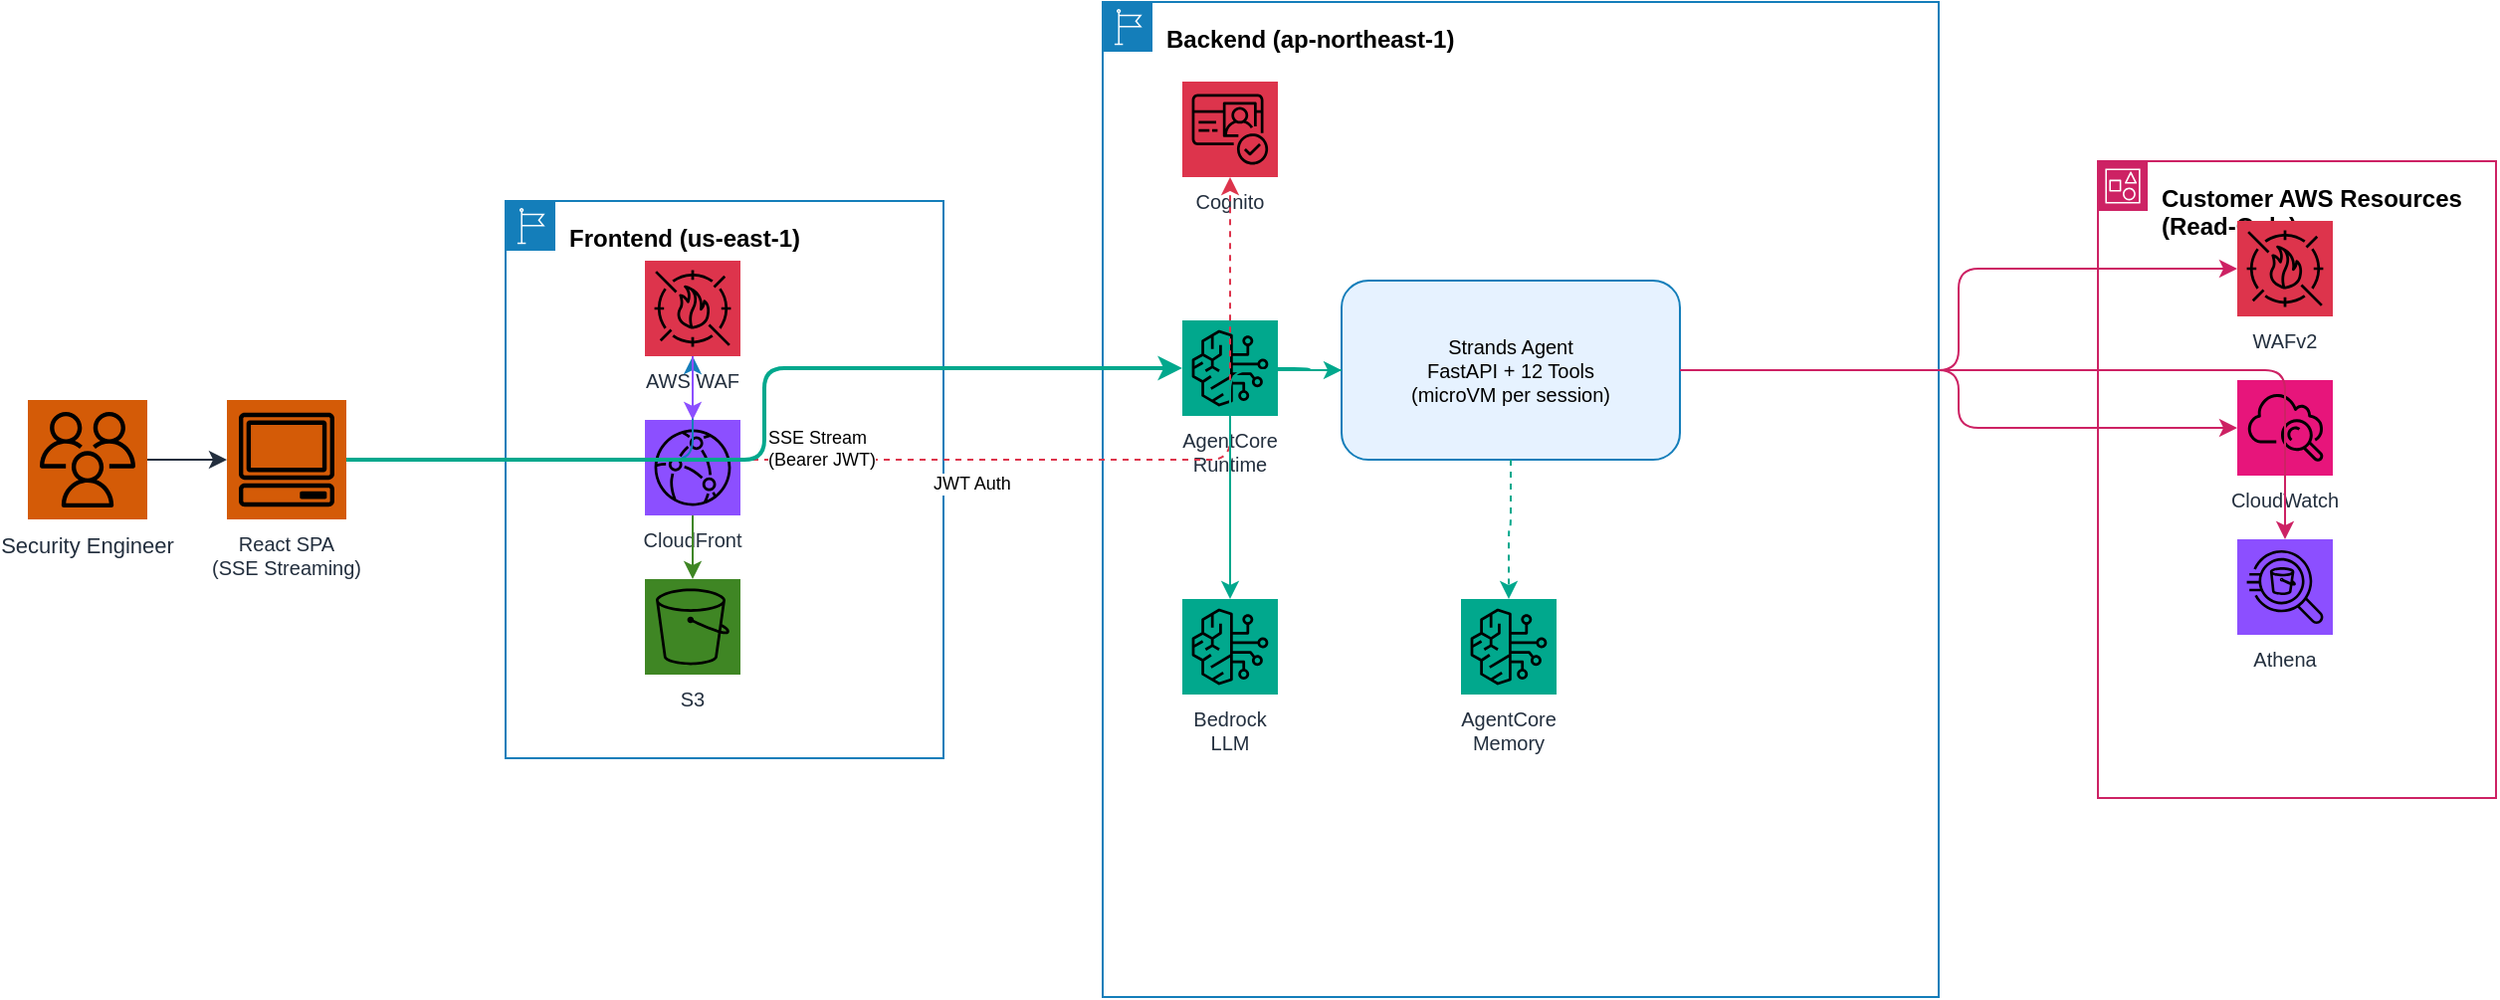
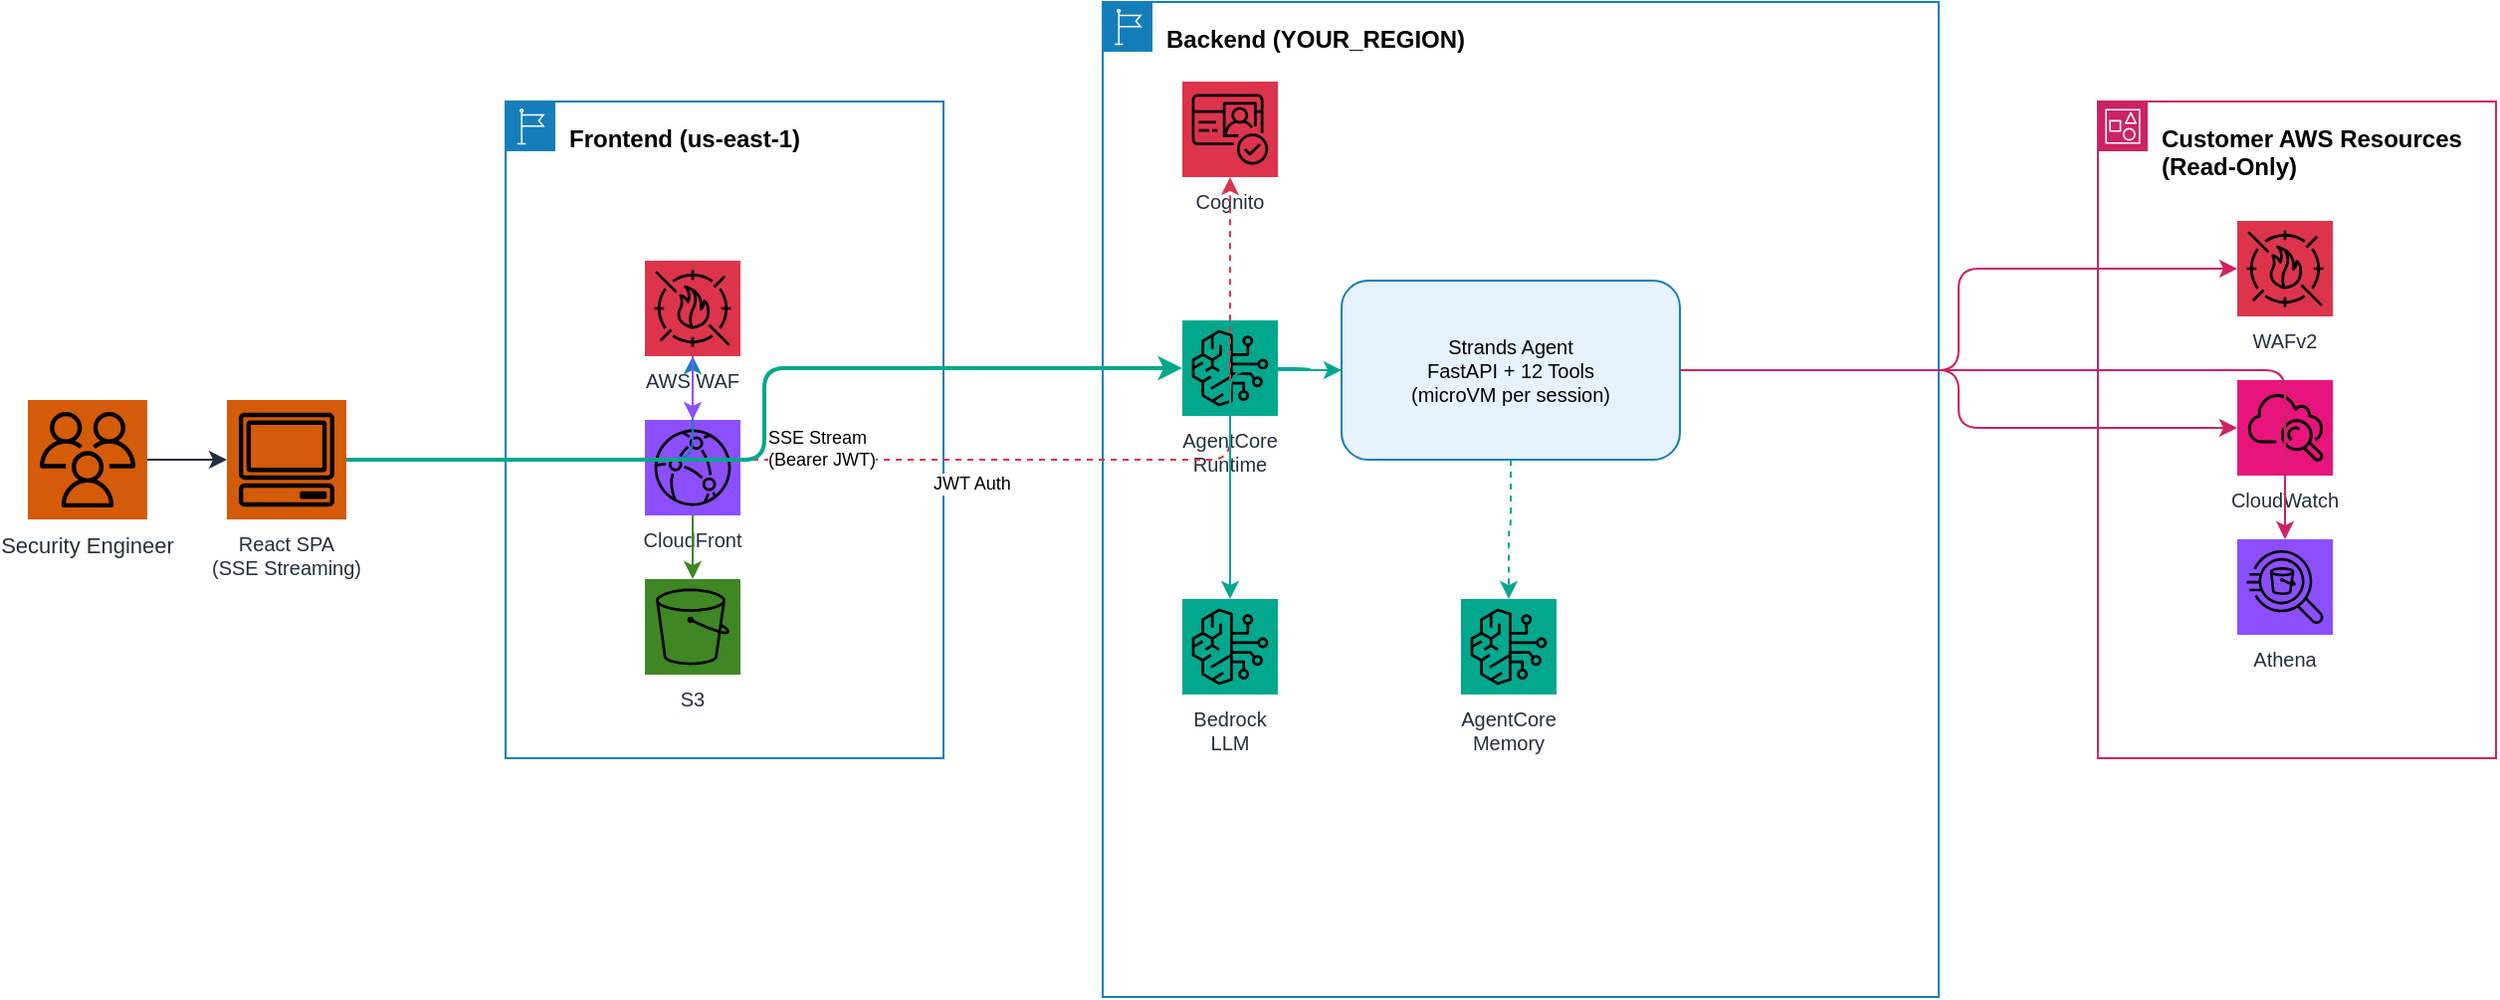
- <mxfile host="app.diagrams.net" modified="2026-05-11T14:17:00.000Z" agent="WAF Agent" version="24.0.0">
+ <mxfile host="app.diagrams.net" agent="WAF Agent">
  <diagram name="Architecture" id="arch-1">
-     <mxGraphModel dx="1422" dy="900" grid="1" gridSize="10" guides="1" tooltips="1" connect="1" arrows="1" fold="1" page="1" pageScale="1" pageWidth="1600" pageHeight="1000" math="0" shadow="0">
+     <mxGraphModel dx="2162" dy="1188" grid="1" gridSize="10" guides="1" tooltips="1" connect="1" arrows="1" fold="1" page="1" pageScale="1" pageWidth="1600" pageHeight="1000" math="0" shadow="0">
      <root>
        <mxCell id="0" />
        <mxCell id="1" parent="0" />
- 
-         <!-- User -->
-         <mxCell id="user" value="Security Engineer" style="outlineConnect=0;fontColor=#232F3E;gradientColor=none;strokeColor=none;fillColor=#D45B07;fontColor=#232F3E;align=center;strokeWidth=1;fontSize=11;fontStyle=0;shape=mxgraph.aws4.resourceIcon;resIcon=mxgraph.aws4.users;labelPosition=center;verticalLabelPosition=bottom;verticalAlign=top" vertex="1" parent="1">
-           <mxGeometry x="80" y="400" width="60" height="60" as="geometry" />
+         <mxCell id="user" parent="1" style="outlineConnect=0;fontColor=#232F3E;gradientColor=none;strokeColor=none;fillColor=#D45B07;fontColor=#232F3E;align=center;strokeWidth=1;fontSize=11;fontStyle=0;shape=mxgraph.aws4.resourceIcon;resIcon=mxgraph.aws4.users;labelPosition=center;verticalLabelPosition=bottom;verticalAlign=top" value="Security Engineer" vertex="1">
+           <mxGeometry height="60" width="60" x="80" y="400" as="geometry" />
        </mxCell>
-         <mxCell id="browser" value="React SPA&#xa;(SSE Streaming)" style="outlineConnect=0;fontColor=#232F3E;gradientColor=none;strokeColor=none;fillColor=#D45B07;fontColor=#232F3E;align=center;strokeWidth=1;fontSize=10;fontStyle=0;shape=mxgraph.aws4.resourceIcon;resIcon=mxgraph.aws4.client;labelPosition=center;verticalLabelPosition=bottom;verticalAlign=top" vertex="1" parent="1">
-           <mxGeometry x="180" y="400" width="60" height="60" as="geometry" />
+         <mxCell id="browser" parent="1" style="outlineConnect=0;fontColor=#232F3E;gradientColor=none;strokeColor=none;fillColor=#D45B07;fontColor=#232F3E;align=center;strokeWidth=1;fontSize=10;fontStyle=0;shape=mxgraph.aws4.resourceIcon;resIcon=mxgraph.aws4.client;labelPosition=center;verticalLabelPosition=bottom;verticalAlign=top" value="React SPA&#xa;(SSE Streaming)" vertex="1">
+           <mxGeometry height="60" width="60" x="180" y="400" as="geometry" />
        </mxCell>
- 
-         <!-- Frontend Group -->
-         <mxCell id="fe-group" value="Frontend (us-east-1)" style="points=[[0,0],[0.25,0],[0.5,0],[0.75,0],[1,0],[1,0.25],[1,0.5],[1,0.75],[1,1],[0.75,1],[0.5,1],[0.25,1],[0,1],[0,0.75],[0,0.5],[0,0.25]];outlineConnect=0;gradientColor=none;html=1;whiteSpace=wrap;fontSize=12;fontStyle=1;shape=mxgraph.aws4.group;grIcon=mxgraph.aws4.group_region;strokeColor=#147EBA;fillColor=none;verticalAlign=top;align=left;spacingLeft=30;spacingTop=5;dashed=0;" vertex="1" parent="1">
-           <mxGeometry x="320" y="300" width="220" height="280" as="geometry" />
+         <mxCell id="fe-group" parent="1" style="points=[[0,0],[0.25,0],[0.5,0],[0.75,0],[1,0],[1,0.25],[1,0.5],[1,0.75],[1,1],[0.75,1],[0.5,1],[0.25,1],[0,1],[0,0.75],[0,0.5],[0,0.25]];outlineConnect=0;gradientColor=none;html=1;whiteSpace=wrap;fontSize=12;fontStyle=1;shape=mxgraph.aws4.group;grIcon=mxgraph.aws4.group_region;strokeColor=#147EBA;fillColor=none;verticalAlign=top;align=left;spacingLeft=30;spacingTop=5;dashed=0;" value="Frontend (us-east-1)" vertex="1">
+           <mxGeometry height="330" width="220" x="320" y="250" as="geometry" />
        </mxCell>
-         <mxCell id="waf-fe" value="AWS WAF" style="outlineConnect=0;fontColor=#232F3E;gradientColor=none;strokeColor=none;fillColor=#DD344C;align=center;strokeWidth=1;fontSize=10;fontStyle=0;shape=mxgraph.aws4.resourceIcon;resIcon=mxgraph.aws4.waf;verticalLabelPosition=bottom;verticalAlign=top" vertex="1" parent="1">
-           <mxGeometry x="390" y="330" width="48" height="48" as="geometry" />
+         <mxCell id="waf-fe" parent="1" style="outlineConnect=0;fontColor=#232F3E;gradientColor=none;strokeColor=none;fillColor=#DD344C;align=center;strokeWidth=1;fontSize=10;fontStyle=0;shape=mxgraph.aws4.resourceIcon;resIcon=mxgraph.aws4.waf;verticalLabelPosition=bottom;verticalAlign=top" value="AWS WAF" vertex="1">
+           <mxGeometry height="48" width="48" x="390" y="330" as="geometry" />
        </mxCell>
-         <mxCell id="cf" value="CloudFront" style="outlineConnect=0;fontColor=#232F3E;gradientColor=none;strokeColor=none;fillColor=#8C4FFF;align=center;strokeWidth=1;fontSize=10;fontStyle=0;shape=mxgraph.aws4.resourceIcon;resIcon=mxgraph.aws4.cloudfront;verticalLabelPosition=bottom;verticalAlign=top" vertex="1" parent="1">
-           <mxGeometry x="390" y="410" width="48" height="48" as="geometry" />
+         <mxCell id="cf" parent="1" style="outlineConnect=0;fontColor=#232F3E;gradientColor=none;strokeColor=none;fillColor=#8C4FFF;align=center;strokeWidth=1;fontSize=10;fontStyle=0;shape=mxgraph.aws4.resourceIcon;resIcon=mxgraph.aws4.cloudfront;verticalLabelPosition=bottom;verticalAlign=top" value="CloudFront" vertex="1">
+           <mxGeometry height="48" width="48" x="390" y="410" as="geometry" />
        </mxCell>
-         <mxCell id="s3" value="S3" style="outlineConnect=0;fontColor=#232F3E;gradientColor=none;strokeColor=none;fillColor=#3F8624;align=center;strokeWidth=1;fontSize=10;fontStyle=0;shape=mxgraph.aws4.resourceIcon;resIcon=mxgraph.aws4.s3;verticalLabelPosition=bottom;verticalAlign=top" vertex="1" parent="1">
-           <mxGeometry x="390" y="490" width="48" height="48" as="geometry" />
+         <mxCell id="s3" parent="1" style="outlineConnect=0;fontColor=#232F3E;gradientColor=none;strokeColor=none;fillColor=#3F8624;align=center;strokeWidth=1;fontSize=10;fontStyle=0;shape=mxgraph.aws4.resourceIcon;resIcon=mxgraph.aws4.s3;verticalLabelPosition=bottom;verticalAlign=top" value="S3" vertex="1">
+           <mxGeometry height="48" width="48" x="390" y="490" as="geometry" />
        </mxCell>
- 
-         <!-- Backend Group -->
-         <mxCell id="be-group" value="Backend (ap-northeast-1)" style="points=[[0,0],[0.25,0],[0.5,0],[0.75,0],[1,0],[1,0.25],[1,0.5],[1,0.75],[1,1],[0.75,1],[0.5,1],[0.25,1],[0,1],[0,0.75],[0,0.5],[0,0.25]];outlineConnect=0;gradientColor=none;html=1;whiteSpace=wrap;fontSize=12;fontStyle=1;shape=mxgraph.aws4.group;grIcon=mxgraph.aws4.group_region;strokeColor=#147EBA;fillColor=none;verticalAlign=top;align=left;spacingLeft=30;spacingTop=5;dashed=0;" vertex="1" parent="1">
-           <mxGeometry x="620" y="200" width="420" height="500" as="geometry" />
+         <mxCell id="be-group" parent="1" style="points=[[0,0],[0.25,0],[0.5,0],[0.75,0],[1,0],[1,0.25],[1,0.5],[1,0.75],[1,1],[0.75,1],[0.5,1],[0.25,1],[0,1],[0,0.75],[0,0.5],[0,0.25]];outlineConnect=0;gradientColor=none;html=1;whiteSpace=wrap;fontSize=12;fontStyle=1;shape=mxgraph.aws4.group;grIcon=mxgraph.aws4.group_region;strokeColor=#147EBA;fillColor=none;verticalAlign=top;align=left;spacingLeft=30;spacingTop=5;dashed=0;" value="Backend (YOUR_REGION)" vertex="1">
+           <mxGeometry height="500" width="420" x="620" y="200" as="geometry" />
        </mxCell>
-         <mxCell id="cognito" value="Cognito" style="outlineConnect=0;fontColor=#232F3E;gradientColor=none;strokeColor=none;fillColor=#DD344C;align=center;strokeWidth=1;fontSize=10;fontStyle=0;shape=mxgraph.aws4.resourceIcon;resIcon=mxgraph.aws4.cognito;verticalLabelPosition=bottom;verticalAlign=top" vertex="1" parent="1">
-           <mxGeometry x="660" y="240" width="48" height="48" as="geometry" />
+         <mxCell id="cognito" parent="1" style="outlineConnect=0;fontColor=#232F3E;gradientColor=none;strokeColor=none;fillColor=#DD344C;align=center;strokeWidth=1;fontSize=10;fontStyle=0;shape=mxgraph.aws4.resourceIcon;resIcon=mxgraph.aws4.cognito;verticalLabelPosition=bottom;verticalAlign=top" value="Cognito" vertex="1">
+           <mxGeometry height="48" width="48" x="660" y="240" as="geometry" />
        </mxCell>
-         <mxCell id="ac" value="AgentCore&#xa;Runtime" style="outlineConnect=0;fontColor=#232F3E;gradientColor=none;strokeColor=none;fillColor=#01A88D;align=center;strokeWidth=1;fontSize=10;fontStyle=0;shape=mxgraph.aws4.resourceIcon;resIcon=mxgraph.aws4.bedrock;verticalLabelPosition=bottom;verticalAlign=top" vertex="1" parent="1">
-           <mxGeometry x="660" y="360" width="48" height="48" as="geometry" />
+         <mxCell id="ac" parent="1" style="outlineConnect=0;fontColor=#232F3E;gradientColor=none;strokeColor=none;fillColor=#01A88D;align=center;strokeWidth=1;fontSize=10;fontStyle=0;shape=mxgraph.aws4.resourceIcon;resIcon=mxgraph.aws4.bedrock;verticalLabelPosition=bottom;verticalAlign=top" value="AgentCore&#xa;Runtime" vertex="1">
+           <mxGeometry height="48" width="48" x="660" y="360" as="geometry" />
        </mxCell>
-         <mxCell id="agent-box" value="Strands Agent&#xa;FastAPI + 12 Tools&#xa;(microVM per session)" style="rounded=1;whiteSpace=wrap;html=1;fillColor=#E6F2FF;strokeColor=#147EBA;fontSize=10;verticalAlign=middle;" vertex="1" parent="1">
-           <mxGeometry x="740" y="340" width="170" height="90" as="geometry" />
+         <mxCell id="agent-box" parent="1" style="rounded=1;whiteSpace=wrap;html=1;fillColor=#E6F2FF;strokeColor=#147EBA;fontSize=10;verticalAlign=middle;" value="Strands Agent&#xa;FastAPI + 12 Tools&#xa;(microVM per session)" vertex="1">
+           <mxGeometry height="90" width="170" x="740" y="340" as="geometry" />
        </mxCell>
-         <mxCell id="bedrock" value="Bedrock&#xa;LLM" style="outlineConnect=0;fontColor=#232F3E;gradientColor=none;strokeColor=none;fillColor=#01A88D;align=center;strokeWidth=1;fontSize=10;fontStyle=0;shape=mxgraph.aws4.resourceIcon;resIcon=mxgraph.aws4.bedrock;verticalLabelPosition=bottom;verticalAlign=top" vertex="1" parent="1">
-           <mxGeometry x="660" y="500" width="48" height="48" as="geometry" />
+         <mxCell id="bedrock" parent="1" style="outlineConnect=0;fontColor=#232F3E;gradientColor=none;strokeColor=none;fillColor=#01A88D;align=center;strokeWidth=1;fontSize=10;fontStyle=0;shape=mxgraph.aws4.resourceIcon;resIcon=mxgraph.aws4.bedrock;verticalLabelPosition=bottom;verticalAlign=top" value="Bedrock&#xa;LLM" vertex="1">
+           <mxGeometry height="48" width="48" x="660" y="500" as="geometry" />
        </mxCell>
-         <mxCell id="memory" value="AgentCore&#xa;Memory" style="outlineConnect=0;fontColor=#232F3E;gradientColor=none;strokeColor=none;fillColor=#01A88D;align=center;strokeWidth=1;fontSize=10;fontStyle=0;shape=mxgraph.aws4.resourceIcon;resIcon=mxgraph.aws4.bedrock;verticalLabelPosition=bottom;verticalAlign=top" vertex="1" parent="1">
-           <mxGeometry x="800" y="500" width="48" height="48" as="geometry" />
+         <mxCell id="memory" parent="1" style="outlineConnect=0;fontColor=#232F3E;gradientColor=none;strokeColor=none;fillColor=#01A88D;align=center;strokeWidth=1;fontSize=10;fontStyle=0;shape=mxgraph.aws4.resourceIcon;resIcon=mxgraph.aws4.bedrock;verticalLabelPosition=bottom;verticalAlign=top" value="AgentCore&#xa;Memory" vertex="1">
+           <mxGeometry height="48" width="48" x="800" y="500" as="geometry" />
        </mxCell>
- 
-         <!-- Customer Resources Group -->
-         <mxCell id="aws-group" value="Customer AWS Resources (Read-Only)" style="points=[[0,0],[0.25,0],[0.5,0],[0.75,0],[1,0],[1,0.25],[1,0.5],[1,0.75],[1,1],[0.75,1],[0.5,1],[0.25,1],[0,1],[0,0.75],[0,0.5],[0,0.25]];outlineConnect=0;gradientColor=none;html=1;whiteSpace=wrap;fontSize=12;fontStyle=1;shape=mxgraph.aws4.group;grIcon=mxgraph.aws4.group_account;strokeColor=#CD2264;fillColor=none;verticalAlign=top;align=left;spacingLeft=30;spacingTop=5;dashed=0;" vertex="1" parent="1">
-           <mxGeometry x="1120" y="280" width="200" height="320" as="geometry" />
+         <mxCell id="aws-group" parent="1" style="points=[[0,0],[0.25,0],[0.5,0],[0.75,0],[1,0],[1,0.25],[1,0.5],[1,0.75],[1,1],[0.75,1],[0.5,1],[0.25,1],[0,1],[0,0.75],[0,0.5],[0,0.25]];outlineConnect=0;gradientColor=none;html=1;whiteSpace=wrap;fontSize=12;fontStyle=1;shape=mxgraph.aws4.group;grIcon=mxgraph.aws4.group_account;strokeColor=#CD2264;fillColor=none;verticalAlign=top;align=left;spacingLeft=30;spacingTop=5;dashed=0;" value="Customer AWS Resources (Read-Only)" vertex="1">
+           <mxGeometry height="330" width="200" x="1120" y="250" as="geometry" />
        </mxCell>
-         <mxCell id="wafv2" value="WAFv2" style="outlineConnect=0;fontColor=#232F3E;gradientColor=none;strokeColor=none;fillColor=#DD344C;align=center;strokeWidth=1;fontSize=10;fontStyle=0;shape=mxgraph.aws4.resourceIcon;resIcon=mxgraph.aws4.waf;verticalLabelPosition=bottom;verticalAlign=top" vertex="1" parent="1">
-           <mxGeometry x="1190" y="310" width="48" height="48" as="geometry" />
+         <mxCell id="wafv2" parent="1" style="outlineConnect=0;fontColor=#232F3E;gradientColor=none;strokeColor=none;fillColor=#DD344C;align=center;strokeWidth=1;fontSize=10;fontStyle=0;shape=mxgraph.aws4.resourceIcon;resIcon=mxgraph.aws4.waf;verticalLabelPosition=bottom;verticalAlign=top" value="WAFv2" vertex="1">
+           <mxGeometry height="48" width="48" x="1190" y="310" as="geometry" />
        </mxCell>
-         <mxCell id="cw" value="CloudWatch" style="outlineConnect=0;fontColor=#232F3E;gradientColor=none;strokeColor=none;fillColor=#E7157B;align=center;strokeWidth=1;fontSize=10;fontStyle=0;shape=mxgraph.aws4.resourceIcon;resIcon=mxgraph.aws4.cloudwatch;verticalLabelPosition=bottom;verticalAlign=top" vertex="1" parent="1">
-           <mxGeometry x="1190" y="390" width="48" height="48" as="geometry" />
+         <mxCell id="cw" parent="1" style="outlineConnect=0;fontColor=#232F3E;gradientColor=none;strokeColor=none;fillColor=#E7157B;align=center;strokeWidth=1;fontSize=10;fontStyle=0;shape=mxgraph.aws4.resourceIcon;resIcon=mxgraph.aws4.cloudwatch;verticalLabelPosition=bottom;verticalAlign=top" value="CloudWatch" vertex="1">
+           <mxGeometry height="48" width="48" x="1190" y="390" as="geometry" />
        </mxCell>
-         <mxCell id="athena" value="Athena" style="outlineConnect=0;fontColor=#232F3E;gradientColor=none;strokeColor=none;fillColor=#8C4FFF;align=center;strokeWidth=1;fontSize=10;fontStyle=0;shape=mxgraph.aws4.resourceIcon;resIcon=mxgraph.aws4.athena;verticalLabelPosition=bottom;verticalAlign=top" vertex="1" parent="1">
-           <mxGeometry x="1190" y="470" width="48" height="48" as="geometry" />
+         <mxCell id="athena" parent="1" style="outlineConnect=0;fontColor=#232F3E;gradientColor=none;strokeColor=none;fillColor=#8C4FFF;align=center;strokeWidth=1;fontSize=10;fontStyle=0;shape=mxgraph.aws4.resourceIcon;resIcon=mxgraph.aws4.athena;verticalLabelPosition=bottom;verticalAlign=top" value="Athena" vertex="1">
+           <mxGeometry height="48" width="48" x="1190" y="470" as="geometry" />
        </mxCell>
- 
-         <!-- Arrows -->
-         <mxCell id="e0" style="edgeStyle=orthogonalEdgeStyle;rounded=1;strokeColor=#232F3E;" edge="1" source="user" target="browser" parent="1">
+         <mxCell id="e0" edge="1" parent="1" source="user" style="edgeStyle=orthogonalEdgeStyle;rounded=1;strokeColor=#232F3E;" target="browser">
          <mxGeometry relative="1" as="geometry" />
        </mxCell>
-         <mxCell id="e1" style="edgeStyle=orthogonalEdgeStyle;rounded=1;strokeColor=#147EBA;" edge="1" source="browser" target="waf-fe" parent="1">
+         <mxCell id="e1" edge="1" parent="1" source="browser" style="edgeStyle=orthogonalEdgeStyle;rounded=1;strokeColor=#147EBA;" target="waf-fe">
          <mxGeometry relative="1" as="geometry" />
        </mxCell>
-         <mxCell id="e2" style="edgeStyle=orthogonalEdgeStyle;rounded=1;strokeColor=#8C4FFF;" edge="1" source="waf-fe" target="cf" parent="1">
+         <mxCell id="e2" edge="1" parent="1" source="waf-fe" style="edgeStyle=orthogonalEdgeStyle;rounded=1;strokeColor=#8C4FFF;" target="cf">
          <mxGeometry relative="1" as="geometry" />
        </mxCell>
-         <mxCell id="e3" style="edgeStyle=orthogonalEdgeStyle;rounded=1;strokeColor=#3F8624;" edge="1" source="cf" target="s3" parent="1">
+         <mxCell id="e3" edge="1" parent="1" source="cf" style="edgeStyle=orthogonalEdgeStyle;rounded=1;strokeColor=#3F8624;" target="s3">
          <mxGeometry relative="1" as="geometry" />
        </mxCell>
-         <!-- Auth flow -->
-         <mxCell id="e4" style="edgeStyle=orthogonalEdgeStyle;rounded=1;strokeColor=#DD344C;dashed=1;" edge="1" source="browser" target="cognito" parent="1">
+         <mxCell id="e4" edge="1" parent="1" source="browser" style="edgeStyle=orthogonalEdgeStyle;rounded=1;strokeColor=#DD344C;dashed=1;" target="cognito">
          <mxGeometry relative="1" as="geometry" />
        </mxCell>
-         <mxCell id="e4-label" value="JWT Auth" style="edgeLabel;html=1;fontSize=9;fillColor=none;" vertex="1" connectable="0" parent="e4">
-           <mxGeometry relative="1" as="geometry"><mxPoint as="offset" /></mxGeometry>
+         <mxCell id="e4-label" connectable="0" parent="e4" style="edgeLabel;html=1;fontSize=9;fillColor=none;" value="JWT Auth" vertex="1">
+           <mxGeometry relative="1" as="geometry">
+             <mxPoint as="offset" />
+           </mxGeometry>
        </mxCell>
-         <!-- SSE to AgentCore -->
-         <mxCell id="e5" style="edgeStyle=orthogonalEdgeStyle;rounded=1;strokeColor=#01A88D;strokeWidth=2;" edge="1" source="browser" target="ac" parent="1">
+         <mxCell id="e5" edge="1" parent="1" source="browser" style="edgeStyle=orthogonalEdgeStyle;rounded=1;strokeColor=#01A88D;strokeWidth=2;" target="ac">
          <mxGeometry relative="1" as="geometry" />
        </mxCell>
-         <mxCell id="e5-label" value="SSE Stream&#xa;(Bearer JWT)" style="edgeLabel;html=1;fontSize=9;fillColor=none;" vertex="1" connectable="0" parent="e5">
-           <mxGeometry relative="1" as="geometry"><mxPoint as="offset" /></mxGeometry>
+         <mxCell id="e5-label" connectable="0" parent="e5" style="edgeLabel;html=1;fontSize=9;fillColor=none;" value="SSE Stream&#xa;(Bearer JWT)" vertex="1">
+           <mxGeometry relative="1" as="geometry">
+             <mxPoint as="offset" />
+           </mxGeometry>
        </mxCell>
-         <!-- AgentCore to Agent -->
-         <mxCell id="e6" style="edgeStyle=orthogonalEdgeStyle;rounded=1;strokeColor=#01A88D;" edge="1" source="ac" target="agent-box" parent="1">
+         <mxCell id="e6" edge="1" parent="1" source="ac" style="edgeStyle=orthogonalEdgeStyle;rounded=1;strokeColor=#01A88D;" target="agent-box">
          <mxGeometry relative="1" as="geometry" />
        </mxCell>
-         <!-- Agent to Bedrock -->
-         <mxCell id="e7" style="edgeStyle=orthogonalEdgeStyle;rounded=1;strokeColor=#01A88D;" edge="1" source="agent-box" target="bedrock" parent="1">
+         <mxCell id="e7" edge="1" parent="1" source="agent-box" style="edgeStyle=orthogonalEdgeStyle;rounded=1;strokeColor=#01A88D;" target="bedrock">
          <mxGeometry relative="1" as="geometry" />
        </mxCell>
-         <!-- Agent to Memory -->
-         <mxCell id="e8" style="edgeStyle=orthogonalEdgeStyle;rounded=1;strokeColor=#01A88D;dashed=1;" edge="1" source="agent-box" target="memory" parent="1">
+         <mxCell id="e8" edge="1" parent="1" source="agent-box" style="edgeStyle=orthogonalEdgeStyle;rounded=1;strokeColor=#01A88D;dashed=1;" target="memory">
          <mxGeometry relative="1" as="geometry" />
        </mxCell>
-         <!-- Agent to Customer Resources -->
-         <mxCell id="e9" style="edgeStyle=orthogonalEdgeStyle;rounded=1;strokeColor=#CD2264;" edge="1" source="agent-box" target="wafv2" parent="1">
+         <mxCell id="e9" edge="1" parent="1" source="agent-box" style="edgeStyle=orthogonalEdgeStyle;rounded=1;strokeColor=#CD2264;" target="wafv2">
          <mxGeometry relative="1" as="geometry" />
        </mxCell>
-         <mxCell id="e10" style="edgeStyle=orthogonalEdgeStyle;rounded=1;strokeColor=#CD2264;" edge="1" source="agent-box" target="cw" parent="1">
+         <mxCell id="e10" edge="1" parent="1" source="agent-box" style="edgeStyle=orthogonalEdgeStyle;rounded=1;strokeColor=#CD2264;" target="cw">
          <mxGeometry relative="1" as="geometry" />
        </mxCell>
-         <mxCell id="e11" style="edgeStyle=orthogonalEdgeStyle;rounded=1;strokeColor=#CD2264;" edge="1" source="agent-box" target="athena" parent="1">
+         <mxCell id="e11" edge="1" parent="1" source="agent-box" style="edgeStyle=orthogonalEdgeStyle;rounded=1;strokeColor=#CD2264;" target="athena">
          <mxGeometry relative="1" as="geometry" />
        </mxCell>
- 
      </root>
    </mxGraphModel>
  </diagram>
</mxfile>
